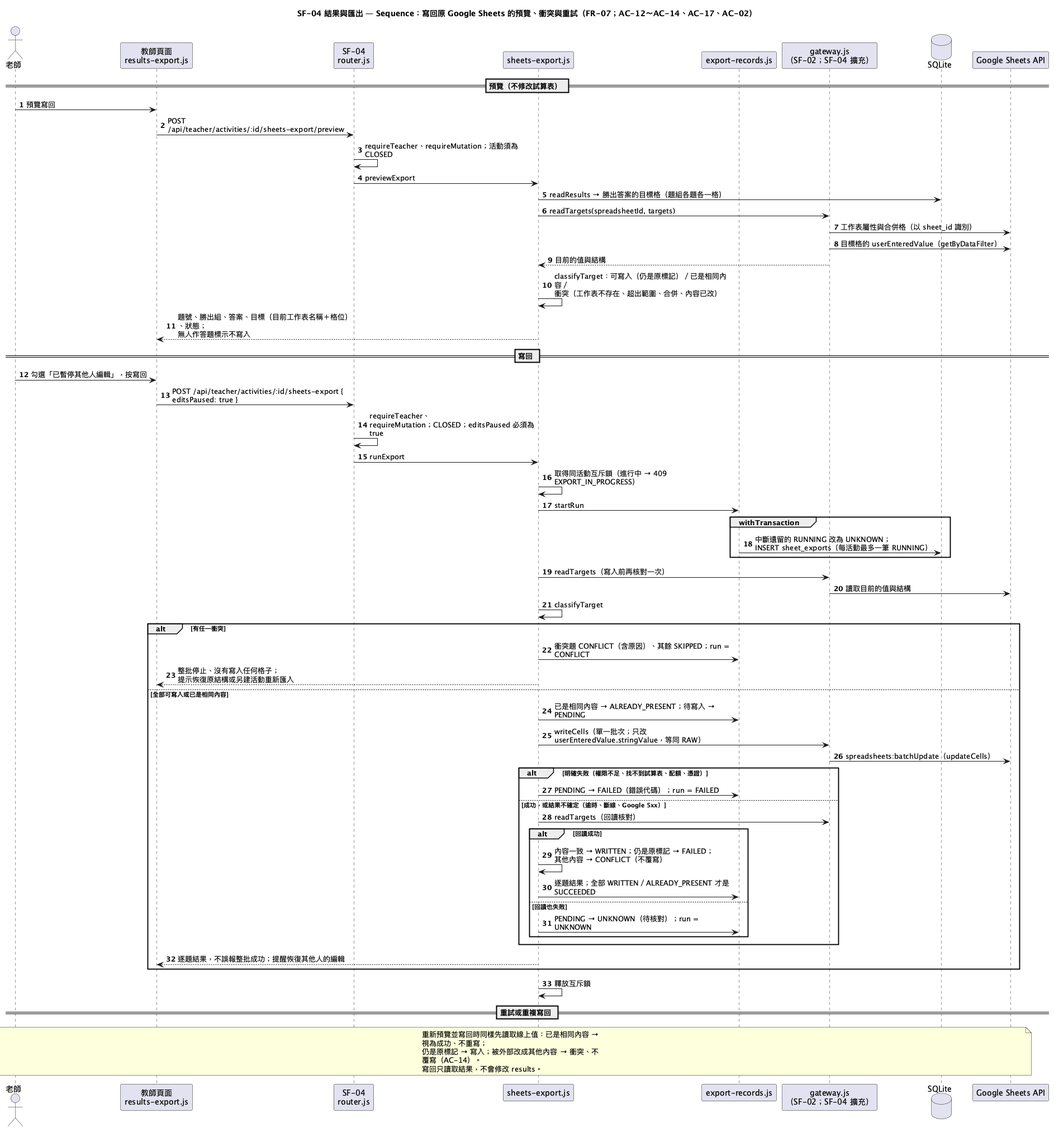
Before: diagrams/004-results-export-sequence-writeback.png, a diagram exported from PlantUML (tom1030507/classroom-buzzer-system-speckit). Its diagram source:
```plantuml
@startuml 004-results-export-sequence-writeback
title SF-04 結果與匯出 — Sequence：寫回原 Google Sheets 的預覽、衝突與重試（FR-07；AC-12～AC-14、AC-17、AC-02）
skinparam shadowing false
skinparam sequenceMessageAlign left
skinparam wrapWidth 320
autonumber

actor "老師" as Teacher
participant "教師頁面\nresults-export.js" as UI
participant "SF-04\nrouter.js" as Router
participant "sheets-export.js" as Export
participant "export-records.js" as Records
participant "gateway.js\n（SF-02；SF-04 擴充）" as Gateway
database "SQLite" as Db
participant "Google Sheets API" as Sheets

== 預覽（不修改試算表） ==
Teacher -> UI : 預覽寫回
UI -> Router : POST /api/teacher/activities/:id/sheets-export/preview
Router -> Router : requireTeacher、requireMutation；活動須為 CLOSED
Router -> Export : previewExport
Export -> Db : readResults → 勝出答案的目標格（題組各題各一格）
Export -> Gateway : readTargets(spreadsheetId, targets)
Gateway -> Sheets : 工作表屬性與合併格（以 sheet_id 識別）
Gateway -> Sheets : 目標格的 userEnteredValue（getByDataFilter）
Gateway --> Export : 目前的值與結構
Export -> Export : classifyTarget：可寫入（仍是原標記）／已是相同內容／\n衝突（工作表不存在、超出範圍、合併、內容已改）
Export --> UI : 題號、勝出組、答案、目標（目前工作表名稱＋格位）、狀態；\n無人作答題標示不寫入

== 寫回 ==
Teacher -> UI : 勾選「已暫停其他人編輯」，按寫回
UI -> Router : POST /api/teacher/activities/:id/sheets-export { editsPaused: true }
Router -> Router : requireTeacher、requireMutation；CLOSED；editsPaused 必須為 true
Router -> Export : runExport
Export -> Export : 取得同活動互斥鎖（進行中 → 409 EXPORT_IN_PROGRESS）
Export -> Records : startRun
group withTransaction
  Records -> Db : 中斷遺留的 RUNNING 改為 UNKNOWN；\nINSERT sheet_exports（每活動最多一筆 RUNNING）
end
Export -> Gateway : readTargets（寫入前再核對一次）
Gateway -> Sheets : 讀取目前的值與結構
Export -> Export : classifyTarget
alt 有任一衝突
  Export -> Records : 衝突題 CONFLICT（含原因）、其餘 SKIPPED；run = CONFLICT
  Export --> UI : 整批停止、沒有寫入任何格子；\n提示恢復原結構或另建活動重新匯入
else 全部可寫入或已是相同內容
  Export -> Records : 已是相同內容 → ALREADY_PRESENT；待寫入 → PENDING
  Export -> Gateway : writeCells（單一批次；只改 userEnteredValue.stringValue，等同 RAW）
  Gateway -> Sheets : spreadsheets:batchUpdate（updateCells）
  alt 明確失敗（權限不足、找不到試算表、配額、憑證）
    Export -> Records : PENDING → FAILED（錯誤代碼）；run = FAILED
  else 成功，或結果不確定（逾時、斷線、Google 5xx）
    Export -> Gateway : readTargets（回讀核對）
    alt 回讀成功
      Export -> Export : 內容一致 → WRITTEN；仍是原標記 → FAILED；\n其他內容 → CONFLICT（不覆寫）
      Export -> Records : 逐題結果；全部 WRITTEN／ALREADY_PRESENT 才是 SUCCEEDED
    else 回讀也失敗
      Export -> Records : PENDING → UNKNOWN（待核對）；run = UNKNOWN
    end
  end
  Export --> UI : 逐題結果，不誤報整批成功；提醒恢復其他人的編輯
end
Export -> Export : 釋放互斥鎖

== 重試或重複寫回 ==
note over Teacher, Sheets
  重新預覽並寫回時同樣先讀取線上值：已是相同內容 → 視為成功、不重寫；
  仍是原標記 → 寫入；被外部改成其他內容 → 衝突、不覆寫（AC-14）。
  寫回只讀取結果，不會修改 results。
end note
@enduml
```
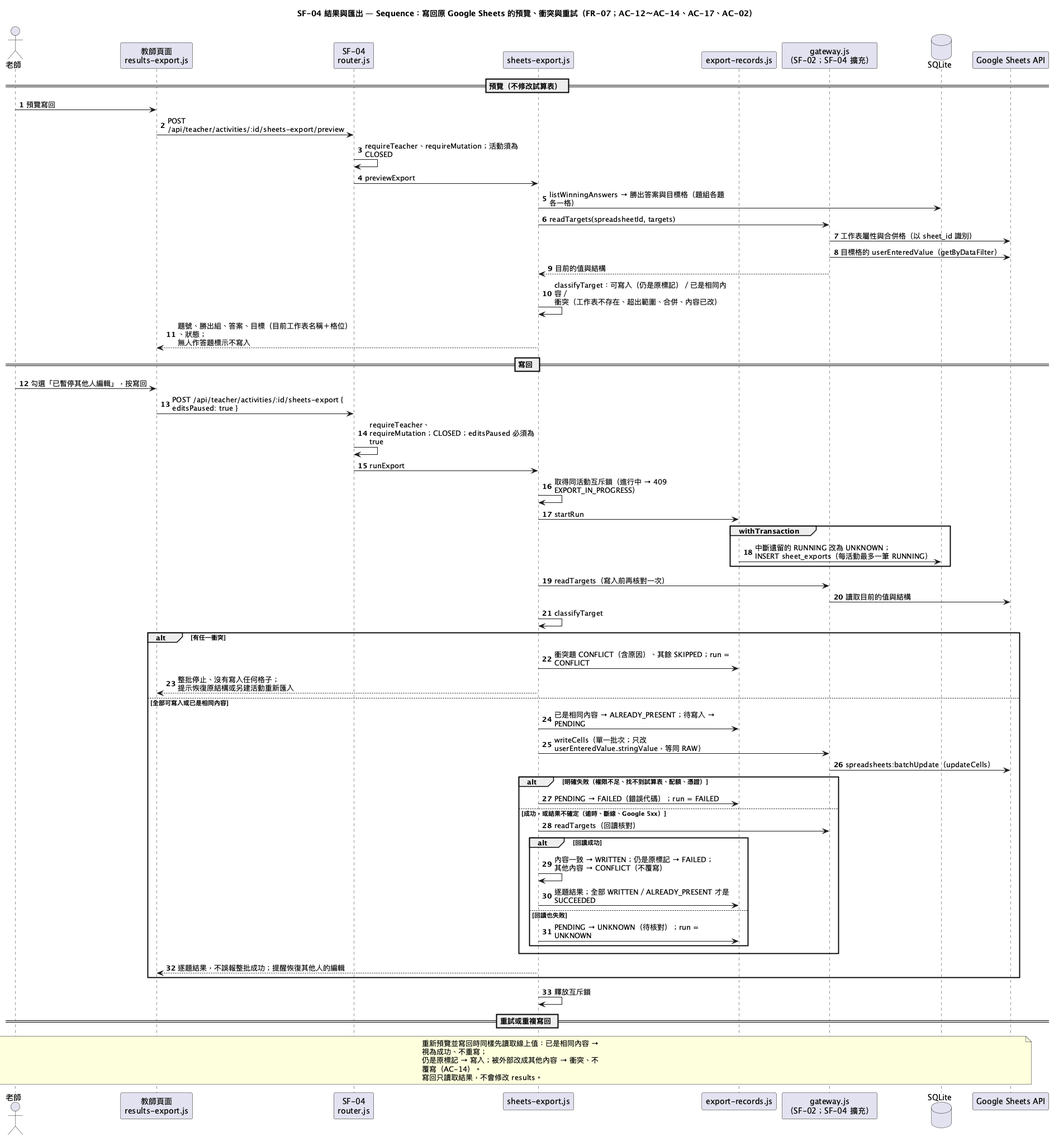
Above is the later version.

Diff of the diagram source:
```diff
@@ -19,7 +19,7 @@
 UI -> Router : POST /api/teacher/activities/:id/sheets-export/preview
 Router -> Router : requireTeacher、requireMutation；活動須為 CLOSED
 Router -> Export : previewExport
-Export -> Db : readResults → 勝出答案的目標格（題組各題各一格）
+Export -> Db : listWinningAnswers → 勝出答案與目標格（題組各題各一格）
 Export -> Gateway : readTargets(spreadsheetId, targets)
 Gateway -> Sheets : 工作表屬性與合併格（以 sheet_id 識別）
 Gateway -> Sheets : 目標格的 userEnteredValue（getByDataFilter）
```
